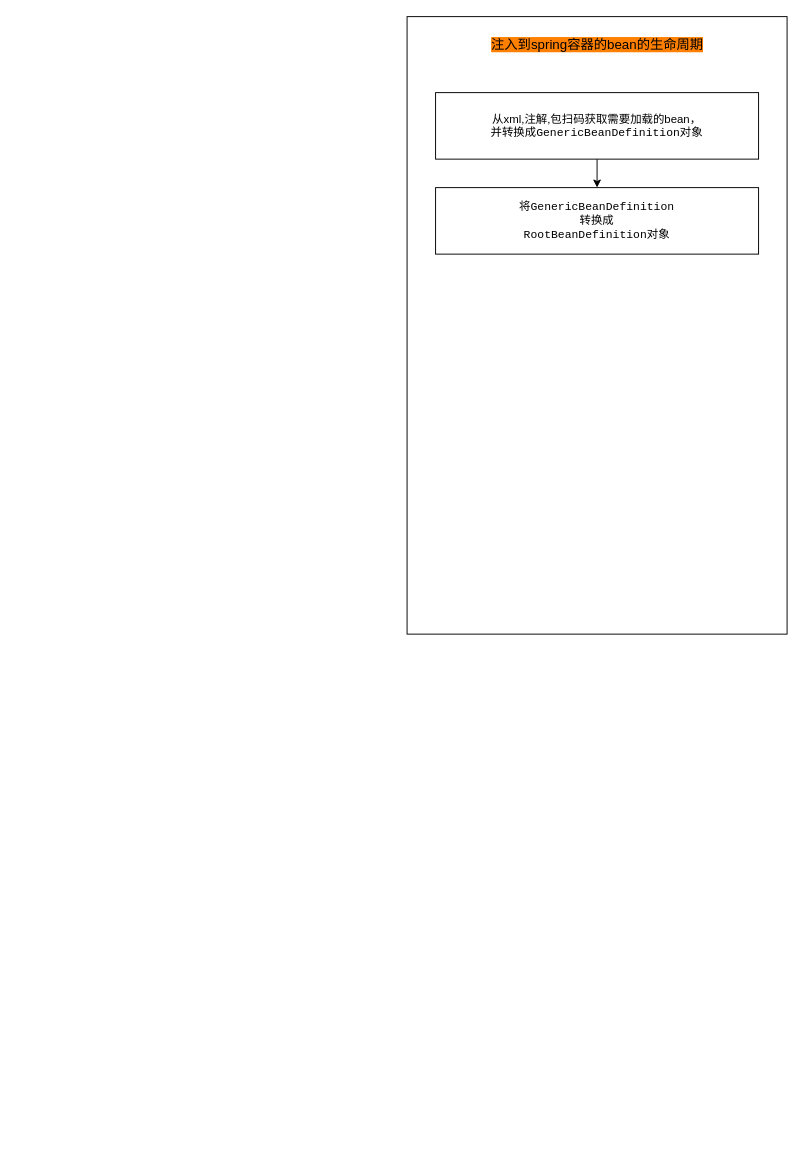
This is page "springbean的生命周期" (2 of 5) of spring源码分析.drawio from gzliu/Mind-maps, a draw.io file, before an edit. Source tidied: cells renumbered, new cells numbered last; positions are measured from the earlier drawing's top-left corner, leaving out a move shared by most shapes. Both pictures are drawn from the tidied source at 95%, with x=0, y=0 at pixel (407, 16).
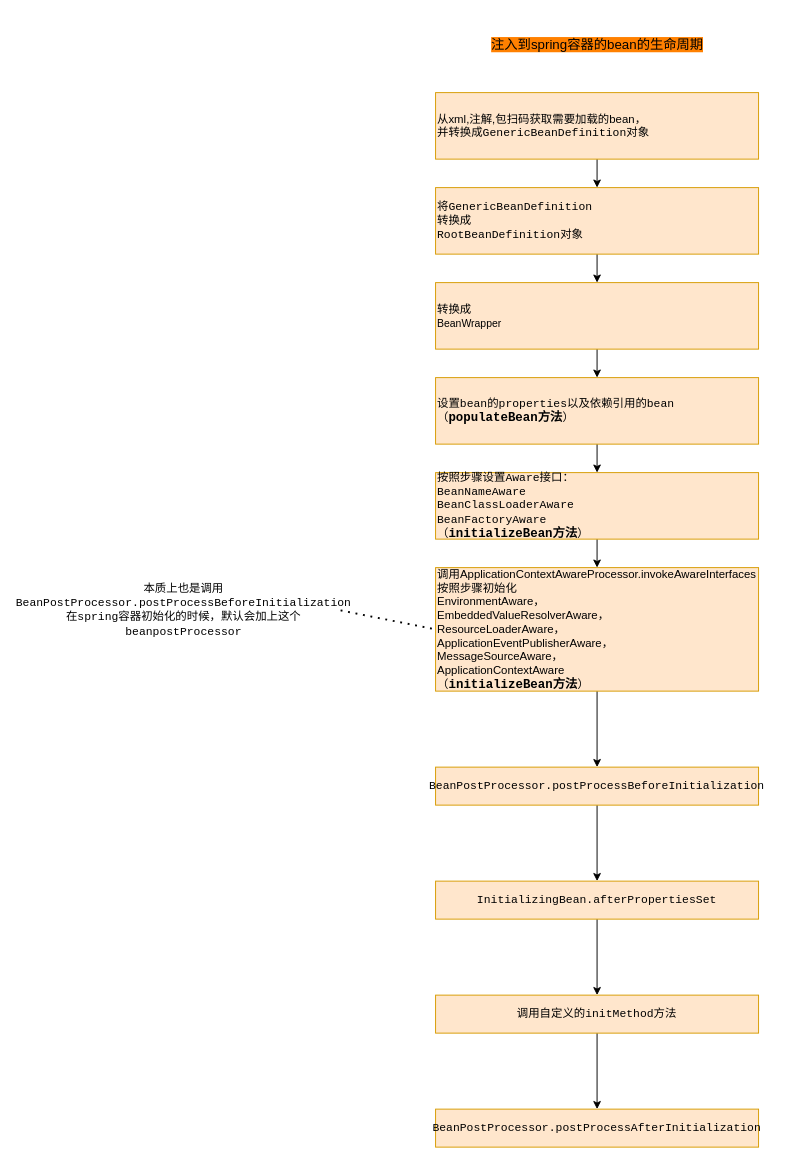
The same diagram, later.

Change to the diagram source:
```diff
@@
-    <mxCell id="2" style="rounded=0;whiteSpace=wrap;html=1;" parent="1" vertex="1">
-      <mxGeometry width="400" height="650" as="geometry" />
-    </mxCell>
@@
-    <mxCell id="4" value="从xml,注解,包扫码获取需要加载的bean，&lt;br&gt;并转换成&lt;span style=&quot;background-color: rgb(255 , 255 , 255) ; font-family: &amp;#34;consolas&amp;#34; , monospace ; font-size: 9pt ; text-align: left&quot;&gt;GenericBeanDefinition对象&lt;/span&gt;" style="rounded=0;whiteSpace=wrap;html=1;" parent="1" vertex="1">
+    <mxCell id="4" value="从xml,注解,包扫码获取需要加载的bean，&lt;br&gt;并转换成&lt;span style=&quot;font-family: consolas, monospace; font-size: 9pt;&quot;&gt;GenericBeanDefinition对象&lt;/span&gt;" style="rounded=0;whiteSpace=wrap;html=1;strokeColor=#d79b00;align=left;fillColor=#ffe6cc;" parent="1" vertex="1">
       <mxGeometry x="30" y="80" width="340" height="70" as="geometry" />
     </mxCell>
+    <mxCell id="7" style="edgeStyle=orthogonalEdgeStyle;rounded=0;jettySize=auto;html=1;exitX=0.5;exitY=1;exitDx=0;exitDy=0;entryX=0.5;entryY=0;entryDx=0;entryDy=0;" parent="1" edge="1" source="5" target="9">
+      <mxGeometry relative="1" as="geometry" />
+    </mxCell>
-    <mxCell id="5" value="&lt;span style=&quot;font-family: &amp;#34;consolas&amp;#34; , monospace ; text-align: left ; background-color: rgb(255 , 255 , 255)&quot;&gt;将GenericBeanDefinition&lt;br&gt;&lt;/span&gt;转换成&lt;br&gt;&lt;span style=&quot;background-color: rgb(255 , 255 , 255) ; font-family: &amp;#34;consolas&amp;#34; , monospace ; font-size: 9pt ; text-align: left&quot;&gt;RootBeanDefinition对象&lt;/span&gt;" style="rounded=0;whiteSpace=wrap;html=1;" parent="1" vertex="1">
+    <mxCell id="5" value="&lt;span style=&quot;font-family: consolas, monospace;&quot;&gt;将GenericBeanDefinition&lt;br&gt;&lt;/span&gt;转换成&lt;br&gt;&lt;span style=&quot;font-family: consolas, monospace; font-size: 9pt;&quot;&gt;RootBeanDefinition对象&lt;/span&gt;" style="rounded=0;whiteSpace=wrap;html=1;strokeColor=#d79b00;align=left;fillColor=#ffe6cc;" parent="1" vertex="1">
       <mxGeometry x="30" y="180" width="340" height="70" as="geometry" />
     </mxCell>
@@
+    <mxCell id="8" style="edgeStyle=orthogonalEdgeStyle;rounded=0;jettySize=auto;html=1;exitX=0.5;exitY=1;exitDx=0;exitDy=0;entryX=0.5;entryY=0;entryDx=0;entryDy=0;" parent="1" edge="1" source="9" target="11">
+      <mxGeometry relative="1" as="geometry" />
+    </mxCell>
+    <mxCell id="9" value="&lt;div style=&quot;&quot;&gt;&lt;font face=&quot;consolas, monospace&quot;&gt;转换成&lt;/font&gt;&lt;/div&gt;&lt;span style=&quot;font-size: 11px;&quot;&gt;BeanWrapper&lt;/span&gt;" style="rounded=0;whiteSpace=wrap;html=1;strokeColor=#d79b00;align=left;fillColor=#ffe6cc;" parent="1" vertex="1">
+      <mxGeometry x="30" y="280" width="340" height="70" as="geometry" />
+    </mxCell>
+    <mxCell id="10" style="edgeStyle=orthogonalEdgeStyle;rounded=0;jettySize=auto;html=1;exitX=0.5;exitY=1;exitDx=0;exitDy=0;entryX=0.5;entryY=0;entryDx=0;entryDy=0;" parent="1" edge="1" source="11" target="13">
+      <mxGeometry relative="1" as="geometry" />
+    </mxCell>
+    <mxCell id="11" value="&lt;div style=&quot;&quot;&gt;&lt;font face=&quot;consolas, monospace&quot;&gt;设置bean的properties以及依赖引用的bean&lt;/font&gt;&lt;/div&gt;&lt;div style=&quot;&quot;&gt;&lt;font face=&quot;consolas, monospace&quot;&gt;（&lt;/font&gt;&lt;b style=&quot;font-family: &amp;quot;JetBrains Mono&amp;quot;, monospace; font-size: 9.8pt;&quot;&gt;populateBean方法&lt;/b&gt;&lt;span style=&quot;font-family: consolas, monospace;&quot;&gt;）&lt;/span&gt;&lt;/div&gt;" style="rounded=0;whiteSpace=wrap;html=1;strokeColor=#d79b00;align=left;fillColor=#ffe6cc;" parent="1" vertex="1">
+      <mxGeometry x="30" y="380" width="340" height="70" as="geometry" />
+    </mxCell>
+    <mxCell id="12" style="edgeStyle=orthogonalEdgeStyle;rounded=0;jettySize=auto;html=1;exitX=0.5;exitY=1;exitDx=0;exitDy=0;entryX=0.5;entryY=0;entryDx=0;entryDy=0;" parent="1" edge="1" source="13">
+      <mxGeometry relative="1" as="geometry">
+        <mxPoint x="200" y="580" as="targetPoint" />
+      </mxGeometry>
+    </mxCell>
+    <mxCell id="13" value="&lt;div style=&quot;&quot;&gt;&lt;font face=&quot;consolas, monospace&quot;&gt;按照步骤设置Aware接口：&lt;/font&gt;&lt;/div&gt;&lt;div style=&quot;&quot;&gt;&lt;font face=&quot;consolas, monospace&quot;&gt;&lt;div style=&quot;&quot;&gt;BeanNameAware&lt;/div&gt;&lt;div style=&quot;&quot;&gt;BeanClassLoaderAware&lt;/div&gt;&lt;div style=&quot;&quot;&gt;BeanFactoryAware&lt;/div&gt;&lt;div style=&quot;&quot;&gt;（&lt;b style=&quot;font-family: &amp;quot;JetBrains Mono&amp;quot;, monospace; font-size: 9.8pt;&quot;&gt;initializeBean方法&lt;/b&gt;）&lt;/div&gt;&lt;/font&gt;&lt;/div&gt;" style="rounded=0;whiteSpace=wrap;html=1;align=left;strokeColor=#d79b00;fillColor=#ffe6cc;" parent="1" vertex="1">
+      <mxGeometry x="30" y="480" width="340" height="70" as="geometry" />
+    </mxCell>
+    <mxCell id="14" style="edgeStyle=orthogonalEdgeStyle;rounded=0;jettySize=auto;html=1;" parent="1" edge="1" source="15" target="17">
+      <mxGeometry relative="1" as="geometry" />
+    </mxCell>
+    <mxCell id="15" value="&lt;div style=&quot;text-align: justify;&quot;&gt;&lt;font face=&quot;consolas, monospace&quot;&gt;调用&lt;/font&gt;ApplicationContextAwareProcessor.invokeAwareInterfaces&lt;/div&gt;&lt;div style=&quot;text-align: justify;&quot;&gt;按照步骤初始化&lt;/div&gt;&lt;div style=&quot;&quot;&gt;&lt;div style=&quot;text-align: justify;&quot;&gt;EnvironmentAware，&lt;/div&gt;&lt;div style=&quot;text-align: justify;&quot;&gt;EmbeddedValueResolverAware，&lt;/div&gt;&lt;div style=&quot;text-align: justify;&quot;&gt;ResourceLoaderAware，&lt;/div&gt;&lt;div style=&quot;text-align: justify;&quot;&gt;ApplicationEventPublisherAware，&lt;/div&gt;&lt;div style=&quot;text-align: justify;&quot;&gt;MessageSourceAware，&lt;/div&gt;&lt;div style=&quot;text-align: justify;&quot;&gt;ApplicationContextAware&lt;/div&gt;&lt;div style=&quot;text-align: justify;&quot;&gt;（&lt;b style=&quot;font-family: &amp;quot;JetBrains Mono&amp;quot;, monospace; font-size: 9.8pt; text-align: center;&quot;&gt;initializeBean方法&lt;/b&gt;）&lt;/div&gt;&lt;/div&gt;" style="text;html=1;strokeColor=#d79b00;fillColor=#ffe6cc;align=center;verticalAlign=middle;whiteSpace=wrap;rounded=0;" parent="1" vertex="1">
+      <mxGeometry x="30" y="580" width="340" height="130" as="geometry" />
+    </mxCell>
+    <mxCell id="16" style="edgeStyle=orthogonalEdgeStyle;rounded=0;jettySize=auto;html=1;" parent="1" edge="1" source="17" target="19">
+      <mxGeometry relative="1" as="geometry" />
+    </mxCell>
+    <mxCell id="17" value="&lt;div style=&quot;text-align: justify;&quot;&gt;&lt;span style=&quot;font-family: consolas, monospace; background-color: initial;&quot;&gt;BeanPostProcessor.postProcessBeforeInitialization&lt;/span&gt;&lt;br&gt;&lt;/div&gt;" style="text;html=1;strokeColor=#d79b00;fillColor=#ffe6cc;align=center;verticalAlign=middle;whiteSpace=wrap;rounded=0;" parent="1" vertex="1">
+      <mxGeometry x="30" y="790" width="340" height="40" as="geometry" />
+    </mxCell>
+    <mxCell id="18" style="edgeStyle=orthogonalEdgeStyle;rounded=0;jettySize=auto;html=1;" parent="1" edge="1" source="19" target="21">
+      <mxGeometry relative="1" as="geometry" />
+    </mxCell>
+    <mxCell id="19" value="&lt;div style=&quot;text-align: justify;&quot;&gt;&lt;font face=&quot;consolas, monospace&quot;&gt;InitializingBean.afterPropertiesSet&lt;/font&gt;&lt;br&gt;&lt;/div&gt;" style="text;html=1;strokeColor=#d79b00;fillColor=#ffe6cc;align=center;verticalAlign=middle;whiteSpace=wrap;rounded=0;" parent="1" vertex="1">
+      <mxGeometry x="30" y="910" width="340" height="40" as="geometry" />
+    </mxCell>
+    <mxCell id="20" style="edgeStyle=orthogonalEdgeStyle;rounded=0;jettySize=auto;html=1;" parent="1" edge="1" source="21" target="22">
+      <mxGeometry relative="1" as="geometry" />
+    </mxCell>
+    <mxCell id="21" value="&lt;div style=&quot;text-align: justify;&quot;&gt;&lt;font face=&quot;consolas, monospace&quot;&gt;调用自定义的initMethod方法&lt;/font&gt;&lt;br&gt;&lt;/div&gt;" style="text;html=1;strokeColor=#d79b00;fillColor=#ffe6cc;align=center;verticalAlign=middle;whiteSpace=wrap;rounded=0;" parent="1" vertex="1">
+      <mxGeometry x="30" y="1030" width="340" height="40" as="geometry" />
+    </mxCell>
+    <mxCell id="22" value="&lt;div style=&quot;text-align: justify;&quot;&gt;&lt;font face=&quot;consolas, monospace&quot;&gt;BeanPostProcessor.postProcessAfterInitialization&lt;/font&gt;&lt;br&gt;&lt;/div&gt;" style="text;html=1;strokeColor=#d79b00;fillColor=#ffe6cc;align=center;verticalAlign=middle;whiteSpace=wrap;rounded=0;" parent="1" vertex="1">
+      <mxGeometry x="30" y="1150" width="340" height="40" as="geometry" />
+    </mxCell>
+    <mxCell id="23" value="本质上也是调用&lt;span style=&quot;font-family: consolas, monospace; text-align: justify;&quot;&gt;BeanPostProcessor.postProcessBeforeInitialization&lt;br&gt;在spring容器初始化的时候，默认会加上这个beanpostProcessor&lt;br&gt;&lt;/span&gt;" style="text;html=1;strokeColor=none;fillColor=none;align=center;verticalAlign=middle;whiteSpace=wrap;rounded=0;labelBackgroundColor=none;" parent="1" vertex="1">
+      <mxGeometry x="-400" y="550" width="330" height="150" as="geometry" />
+    </mxCell>
+    <mxCell id="24" style="endArrow=none;dashed=1;html=1;dashPattern=1 3;strokeWidth=2;rounded=0;exitX=1;exitY=0.5;exitDx=0;exitDy=0;entryX=0;entryY=0.5;entryDx=0;entryDy=0;" parent="1" edge="1" source="23" target="15">
+      <mxGeometry relative="1" as="geometry" />
+    </mxCell>
```
